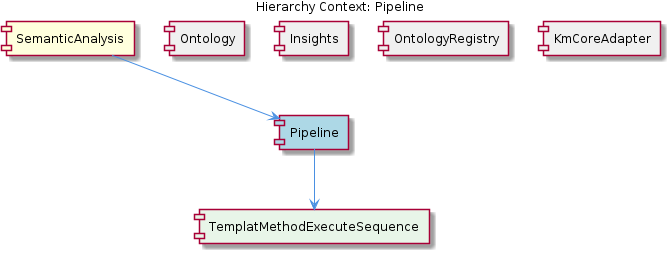
Earlier version of the PlantUML export knowledge-management/insights/images/pipeline-relationship.png (fwornle/coding). Its source is kept beside it as .data/knowledge-graph/insights/puml/pipeline-relationship.puml.
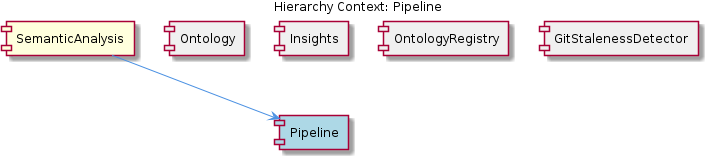
Above is the later version.

Change to the diagram source:
```diff
@@ -8,14 +8,12 @@
 [Ontology] as ontology #F0F0F0
 [Insights] as insights #F0F0F0
 [OntologyRegistry] as ontology_registry #F0F0F0
-[KmCoreAdapter] as km_core_adapter #F0F0F0
-[TemplatMethodExecuteSequence] as templat_method_execute_sequence #E8F5E8
+[GitStalenessDetector] as git_staleness_detector #F0F0F0
 
 semantic_analysis --> pipeline
 ontology -[hidden]- pipeline
 insights -[hidden]- pipeline
 ontology_registry -[hidden]- pipeline
-km_core_adapter -[hidden]- pipeline
-pipeline --> templat_method_execute_sequence
+git_staleness_detector -[hidden]- pipeline
 
 @enduml
```
